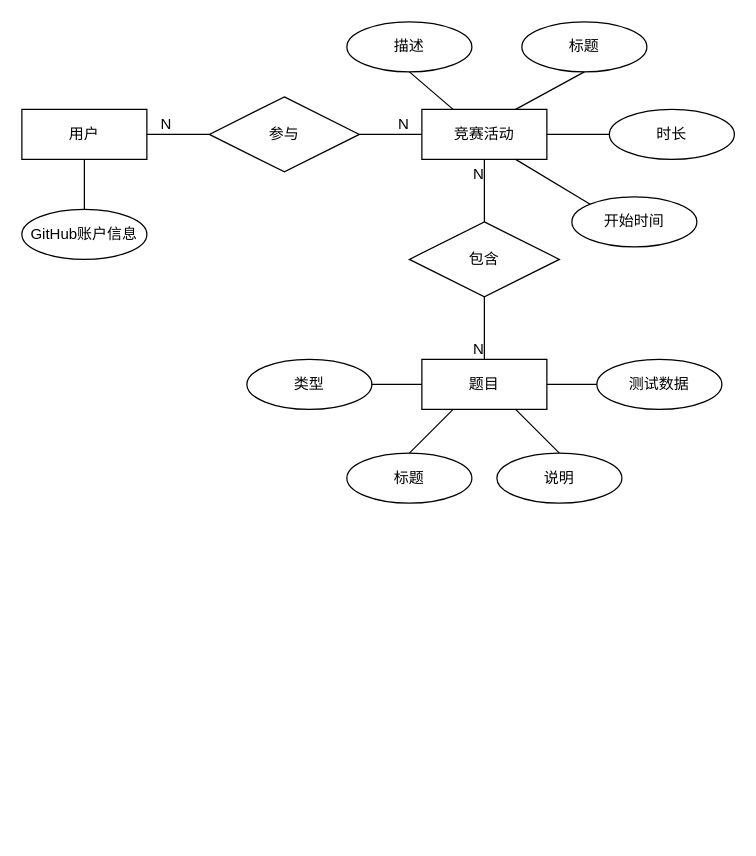
Before: E-R Diagram.drawio in korilin/kkcp-oj-system, a draw.io diagram. Source tidied: cells renumbered, new cells numbered last; positions are measured from the earlier drawing's top-left corner, leaving out a move shared by most shapes. Both pictures are drawn from the tidied source at 125%, with x=0, y=0 at pixel (21, 21).
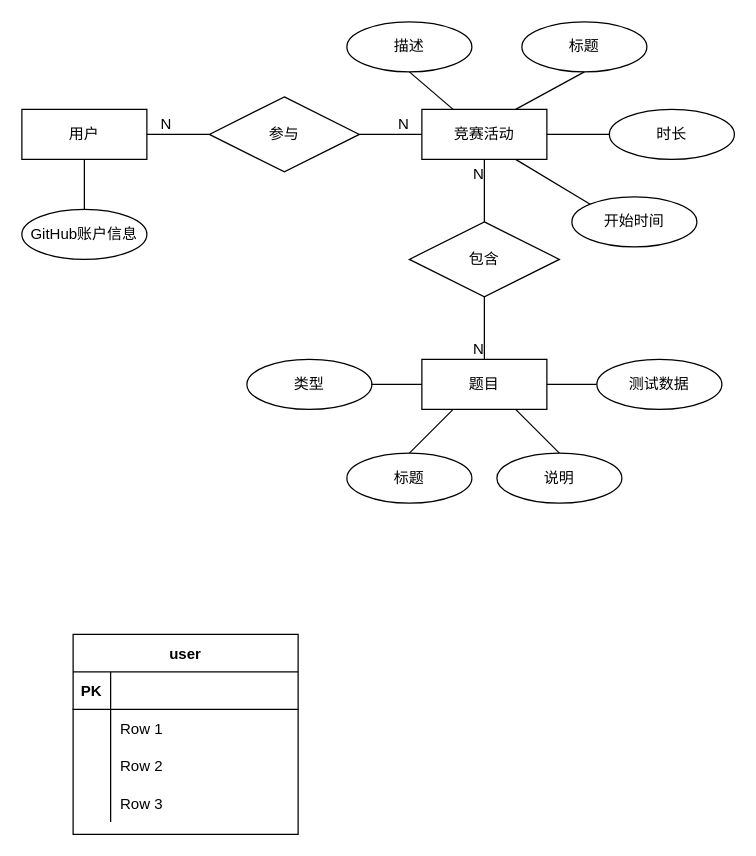
The same diagram, later.

The edit, as a diff of the source:
```diff
@@
+    <mxCell id="33" value="user" style="shape=table;startSize=30;childLayout=tableLayout;rowLines=0;fontStyle=1;align=center;" parent="1" vertex="1">
+      <mxGeometry x="41" y="490" width="180" height="160" as="geometry" />
+    </mxCell>
+    <mxCell id="34" style="shape=tableRow;horizontal=0;startSize=0;swimlaneHead=0;swimlaneBody=0;fillColor=none;top=0;left=0;right=0;bottom=1;" parent="33" vertex="1">
+      <mxGeometry y="30" width="180" height="30" as="geometry" />
+    </mxCell>
+    <mxCell id="35" value="PK" style="shape=partialRectangle;fillColor=none;top=0;left=0;bottom=0;right=0;fontStyle=1;overflow=hidden;" parent="34" vertex="1">
+      <mxGeometry width="30" height="30" as="geometry" />
+    </mxCell>
+    <mxCell id="36" style="shape=partialRectangle;fillColor=none;top=0;left=0;bottom=0;right=0;align=left;spacingLeft=6;fontStyle=5;overflow=hidden;" parent="34" vertex="1">
+      <mxGeometry x="30" width="150" height="30" as="geometry" />
+    </mxCell>
+    <mxCell id="37" style="shape=tableRow;horizontal=0;startSize=0;swimlaneHead=0;swimlaneBody=0;fillColor=none;top=0;left=0;right=0;bottom=0;" parent="33" vertex="1">
+      <mxGeometry y="60" width="180" height="30" as="geometry" />
+    </mxCell>
+    <mxCell id="38" style="shape=partialRectangle;fillColor=none;top=0;left=0;bottom=0;right=0;overflow=hidden;" parent="37" vertex="1">
+      <mxGeometry width="30" height="30" as="geometry" />
+    </mxCell>
+    <mxCell id="39" value="Row 1" style="shape=partialRectangle;fillColor=none;top=0;left=0;bottom=0;right=0;align=left;spacingLeft=6;overflow=hidden;" parent="37" vertex="1">
+      <mxGeometry x="30" width="150" height="30" as="geometry" />
+    </mxCell>
+    <mxCell id="40" style="shape=tableRow;horizontal=0;startSize=0;swimlaneHead=0;swimlaneBody=0;fillColor=none;top=0;left=0;right=0;bottom=0;" parent="33" vertex="1">
+      <mxGeometry y="90" width="180" height="30" as="geometry" />
+    </mxCell>
+    <mxCell id="41" style="shape=partialRectangle;fillColor=none;top=0;left=0;bottom=0;right=0;overflow=hidden;" parent="40" vertex="1">
+      <mxGeometry width="30" height="30" as="geometry" />
+    </mxCell>
+    <mxCell id="42" value="Row 2" style="shape=partialRectangle;fillColor=none;top=0;left=0;bottom=0;right=0;align=left;spacingLeft=6;overflow=hidden;" parent="40" vertex="1">
+      <mxGeometry x="30" width="150" height="30" as="geometry" />
+    </mxCell>
+    <mxCell id="43" style="shape=tableRow;horizontal=0;startSize=0;swimlaneHead=0;swimlaneBody=0;fillColor=none;top=0;left=0;right=0;bottom=0;" parent="33" vertex="1">
+      <mxGeometry y="120" width="180" height="30" as="geometry" />
+    </mxCell>
+    <mxCell id="44" style="shape=partialRectangle;fillColor=none;top=0;left=0;bottom=0;right=0;overflow=hidden;" parent="43" vertex="1">
+      <mxGeometry width="30" height="30" as="geometry" />
+    </mxCell>
+    <mxCell id="45" value="Row 3" style="shape=partialRectangle;fillColor=none;top=0;left=0;bottom=0;right=0;align=left;spacingLeft=6;overflow=hidden;" parent="43" vertex="1">
+      <mxGeometry x="30" width="150" height="30" as="geometry" />
+    </mxCell>
```
